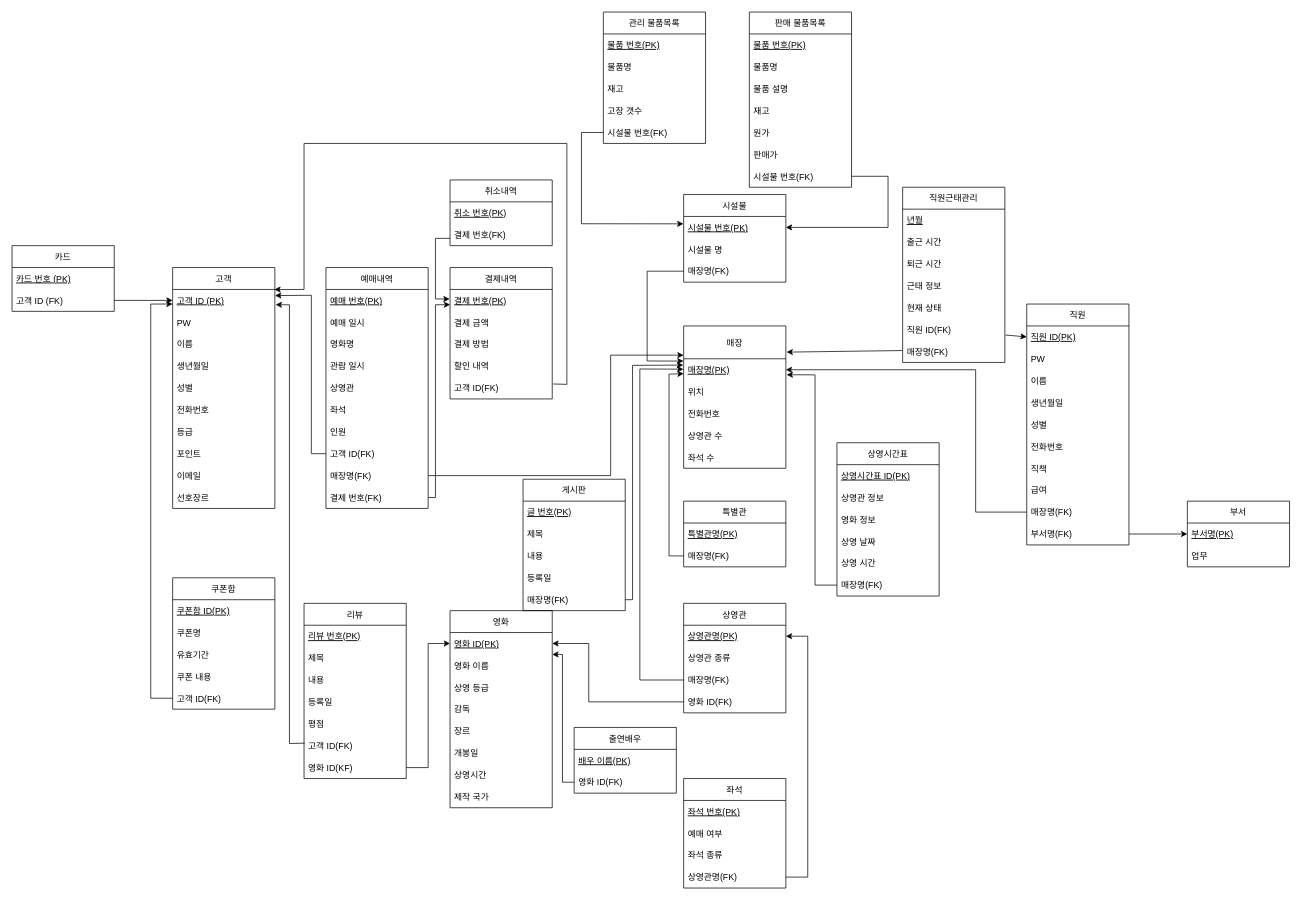
Above: page "SKIMA" (2 of 2) of 영화관 merged.drawio in chacha0707/db (draw.io), before the change. Source tidied: cells renumbered, new cells numbered last; positions are measured from the earlier drawing's top-left corner, leaving out a move shared by most shapes. Both pictures are drawn from the tidied source at 73%, with x=0, y=0 at pixel (12, 12).
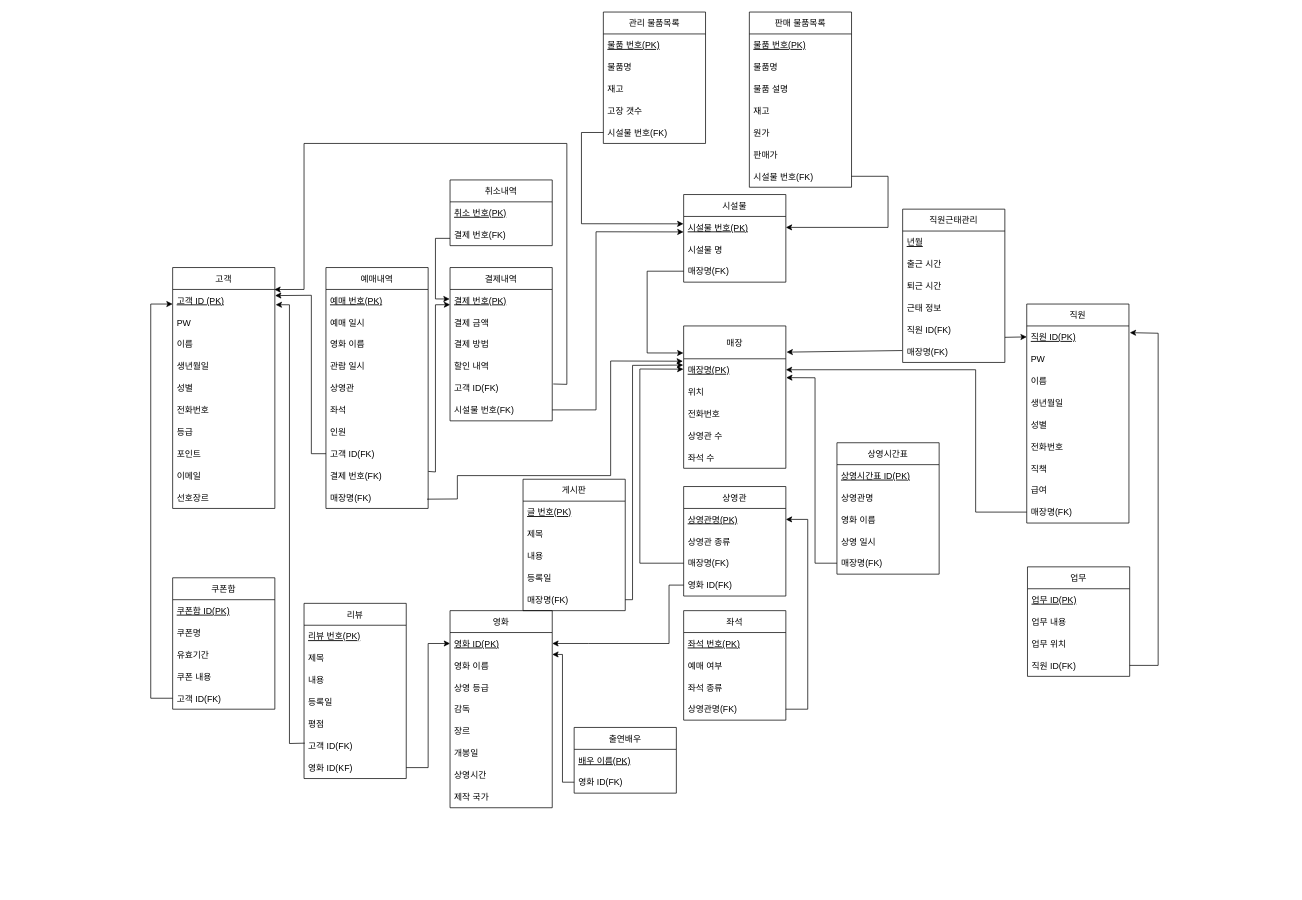
After the change.

The change refers to these unchanged cells:
```xml
<mxCell id="6" value="영화 ID(PK)" style="text;strokeColor=none;fillColor=none;align=left;verticalAlign=middle;spacingLeft=4;spacingRight=4;overflow=hidden;points=[[0,0.5],[1,0.5]];portConstraint=eastwest;fontStyle=4;" parent="5" vertex="1">
  <mxGeometry y="30" width="140" height="30" as="geometry" />
</mxCell>
<mxCell id="22" value="상영관명(PK)" style="text;strokeColor=none;fillColor=none;align=left;verticalAlign=middle;spacingLeft=4;spacingRight=4;overflow=hidden;points=[[0,0.5],[1,0.5]];portConstraint=eastwest;fontStyle=4;" parent="21" vertex="1">
  <mxGeometry y="30" width="140" height="30" as="geometry" />
</mxCell>
<mxCell id="24" value="매장명(FK)" style="text;strokeColor=none;fillColor=none;align=left;verticalAlign=middle;spacingLeft=4;spacingRight=4;overflow=hidden;points=[[0,0.5],[1,0.5]];portConstraint=eastwest;" parent="21" vertex="1">
  <mxGeometry y="90" width="140" height="30" as="geometry" />
</mxCell>
<mxCell id="25" value="영화 ID(FK)" style="text;strokeColor=none;fillColor=none;align=left;verticalAlign=middle;spacingLeft=4;spacingRight=4;overflow=hidden;points=[[0,0.5],[1,0.5]];portConstraint=eastwest;" parent="21" vertex="1">
  <mxGeometry y="120" width="140" height="30" as="geometry" />
</mxCell>
<mxCell id="26" value="매장" style="swimlane;fontStyle=0;horizontal=1;startSize=45;" parent="1" vertex="1">
  <mxGeometry x="920" y="430" width="140" height="195" as="geometry" />
</mxCell>
<mxCell id="27" value="매장명(PK)" style="text;strokeColor=none;fillColor=none;align=left;verticalAlign=middle;spacingLeft=4;spacingRight=4;overflow=hidden;points=[[0,0.5],[1,0.5]];portConstraint=eastwest;fontStyle=4;" parent="26" vertex="1">
  <mxGeometry y="45" width="140" height="30" as="geometry" />
</mxCell>
<mxCell id="33" value="직원 ID(PK)" style="text;strokeColor=none;fillColor=none;align=left;verticalAlign=middle;spacingLeft=4;spacingRight=4;overflow=hidden;points=[[0,0.5],[1,0.5]];portConstraint=eastwest;fontStyle=4;" parent="32" vertex="1">
  <mxGeometry y="30" width="140" height="30" as="geometry" />
</mxCell>
<mxCell id="56" value="상영관명(FK)" style="text;strokeColor=none;fillColor=none;align=left;verticalAlign=middle;spacingLeft=4;spacingRight=4;overflow=hidden;points=[[0,0.5],[1,0.5]];portConstraint=eastwest;" parent="52" vertex="1">
  <mxGeometry y="120" width="140" height="30" as="geometry" />
</mxCell>
<mxCell id="58" value="고객 ID (PK)" style="text;strokeColor=none;fillColor=none;align=left;verticalAlign=middle;spacingLeft=4;spacingRight=4;overflow=hidden;points=[[0,0.5],[1,0.5]];portConstraint=eastwest;fontStyle=4;" parent="57" vertex="1">
  <mxGeometry y="30" width="140" height="30" as="geometry" />
</mxCell>
<mxCell id="69" value="시설물 번호(PK)" style="text;strokeColor=none;fillColor=none;align=left;verticalAlign=middle;spacingLeft=4;spacingRight=4;overflow=hidden;points=[[0,0.5],[1,0.5]];portConstraint=eastwest;fontStyle=4;" parent="68" vertex="1">
  <mxGeometry y="30" width="140" height="30" as="geometry" />
</mxCell>
<mxCell id="71" value="매장명(FK)" style="text;strokeColor=none;fillColor=none;align=left;verticalAlign=middle;spacingLeft=4;spacingRight=4;overflow=hidden;points=[[0,0.5],[1,0.5]];portConstraint=eastwest;" parent="68" vertex="1">
  <mxGeometry y="90" width="140" height="30" as="geometry" />
</mxCell>
<mxCell id="86" value="예매내역" style="swimlane;fontStyle=0;horizontal=1;startSize=30;" parent="1" vertex="1">
  <mxGeometry x="430" y="350" width="140" height="330" as="geometry" />
</mxCell>
<mxCell id="98" value="결제 번호(PK)" style="text;strokeColor=none;fillColor=none;align=left;verticalAlign=middle;spacingLeft=4;spacingRight=4;overflow=hidden;points=[[0,0.5],[1,0.5]];portConstraint=eastwest;fontStyle=4;" parent="97" vertex="1">
  <mxGeometry y="30" width="140" height="30" as="geometry" />
</mxCell>
```

Diff of the diagram source:
```diff
@@
-    <mxCell id="2" value="카드" style="swimlane;fontStyle=0;horizontal=1;startSize=30;" parent="1" vertex="1">
-      <mxGeometry y="320" width="140" height="90" as="geometry" />
-    </mxCell>
-    <mxCell id="3" value="카드 번호 (PK)" style="text;strokeColor=none;fillColor=none;align=left;verticalAlign=middle;spacingLeft=4;spacingRight=4;overflow=hidden;fontStyle=4;" parent="2" vertex="1">
-      <mxGeometry y="30" width="140" height="30" as="geometry" />
-    </mxCell>
-    <mxCell id="4" value="고객 ID (FK)" style="text;strokeColor=none;fillColor=none;align=left;verticalAlign=middle;spacingLeft=4;spacingRight=4;overflow=hidden;points=[[0,0.5],[1,0.5]];portConstraint=eastwest;" parent="2" vertex="1">
-      <mxGeometry y="60" width="140" height="30" as="geometry" />
-    </mxCell>
@@
     <mxCell id="14" value="상영시간표" style="swimlane;fontStyle=0;horizontal=1;startSize=30;" parent="1" vertex="1">
-      <mxGeometry x="1130" y="590" width="140" height="210" as="geometry" />
+      <mxGeometry x="1130" y="590" width="140" height="180" as="geometry" />
     </mxCell>
@@
-    <mxCell id="16" value="상영관 정보" style="text;strokeColor=none;fillColor=none;align=left;verticalAlign=middle;spacingLeft=4;spacingRight=4;overflow=hidden;fontStyle=0;" parent="14" vertex="1">
+    <mxCell id="16" value="상영관명" style="text;strokeColor=none;fillColor=none;align=left;verticalAlign=middle;spacingLeft=4;spacingRight=4;overflow=hidden;fontStyle=0;" parent="14" vertex="1">
       <mxGeometry y="60" width="140" height="30" as="geometry" />
     </mxCell>
-    <mxCell id="17" value="영화 정보" style="text;strokeColor=none;fillColor=none;align=left;verticalAlign=middle;spacingLeft=4;spacingRight=4;overflow=hidden;fontStyle=0;" parent="14" vertex="1">
+    <mxCell id="17" value="영화 이름" style="text;strokeColor=none;fillColor=none;align=left;verticalAlign=middle;spacingLeft=4;spacingRight=4;overflow=hidden;fontStyle=0;" parent="14" vertex="1">
       <mxGeometry y="90" width="140" height="30" as="geometry" />
     </mxCell>
-    <mxCell id="18" value="상영 날짜" style="text;strokeColor=none;fillColor=none;align=left;verticalAlign=middle;spacingLeft=4;spacingRight=4;overflow=hidden;" parent="14" vertex="1">
-      <mxGeometry y="120" width="140" height="30" as="geometry" />
-    </mxCell>
-    <mxCell id="19" value="상영 시간" style="text;strokeColor=none;fillColor=none;align=left;verticalAlign=middle;spacingLeft=4;spacingRight=4;overflow=hidden;" parent="14" vertex="1">
-      <mxGeometry y="150" width="140" height="30" as="geometry" />
-    </mxCell>
+    <mxCell id="157" value="상영 일시" style="text;strokeColor=none;fillColor=none;align=left;verticalAlign=middle;spacingLeft=4;spacingRight=4;overflow=hidden;fontStyle=0;" parent="14" vertex="1">
+      <mxGeometry y="120" width="140" height="30" as="geometry" />
+    </mxCell>
     <mxCell id="20" value="매장명(FK)" style="text;strokeColor=none;fillColor=none;align=left;verticalAlign=middle;spacingLeft=4;spacingRight=4;overflow=hidden;points=[[0,0.5],[1,0.5]];portConstraint=eastwest;" parent="14" vertex="1">
-      <mxGeometry y="180" width="140" height="30" as="geometry" />
+      <mxGeometry y="150" width="140" height="30" as="geometry" />
     </mxCell>
     <mxCell id="21" value="상영관" style="swimlane;fontStyle=0;horizontal=1;startSize=30;" parent="1" vertex="1">
-      <mxGeometry x="920" y="810" width="140" height="150" as="geometry" />
+      <mxGeometry x="920" y="650" width="140" height="150" as="geometry" />
     </mxCell>
@@
     <mxCell id="32" value="직원" style="swimlane;fontStyle=0;horizontal=1;startSize=30;" parent="1" vertex="1">
-      <mxGeometry x="1390" y="400" width="140" height="330" as="geometry" />
+      <mxGeometry x="1390" y="400" width="140" height="300" as="geometry" />
     </mxCell>
@@
-    <mxCell id="42" value="부서명(FK)" style="text;strokeColor=none;fillColor=none;align=left;verticalAlign=middle;spacingLeft=4;spacingRight=4;overflow=hidden;points=[[0,0.5],[1,0.5]];portConstraint=eastwest;" parent="32" vertex="1">
-      <mxGeometry y="300" width="140" height="30" as="geometry" />
-    </mxCell>
-    <mxCell id="43" value="부서" style="swimlane;fontStyle=0;horizontal=1;startSize=30;" parent="1" vertex="1">
-      <mxGeometry x="1610" y="670" width="140" height="90" as="geometry" />
-    </mxCell>
-    <mxCell id="44" value="부서명(PK)" style="text;strokeColor=none;fillColor=none;align=left;verticalAlign=middle;spacingLeft=4;spacingRight=4;overflow=hidden;points=[[0,0.5],[1,0.5]];portConstraint=eastwest;fontStyle=4;" parent="43" vertex="1">
-      <mxGeometry y="30" width="140" height="30" as="geometry" />
-    </mxCell>
-    <mxCell id="45" value="업무" style="text;strokeColor=none;fillColor=none;align=left;verticalAlign=middle;spacingLeft=4;spacingRight=4;overflow=hidden;" parent="43" vertex="1">
-      <mxGeometry y="60" width="140" height="30" as="geometry" />
-    </mxCell>
@@
     <mxCell id="52" value="좌석" style="swimlane;fontStyle=0;horizontal=1;startSize=30;" parent="1" vertex="1">
-      <mxGeometry x="920" y="1050" width="140" height="150" as="geometry" />
+      <mxGeometry x="920" y="820" width="140" height="150" as="geometry" />
     </mxCell>
@@
-    <mxCell id="89" value="영화명" style="text;strokeColor=none;fillColor=none;align=left;verticalAlign=middle;spacingLeft=4;spacingRight=4;overflow=hidden;" parent="86" vertex="1">
+    <mxCell id="89" value="영화 이름" style="text;strokeColor=none;fillColor=none;align=left;verticalAlign=middle;spacingLeft=4;spacingRight=4;overflow=hidden;" parent="86" vertex="1">
       <mxGeometry y="90" width="140" height="30" as="geometry" />
     </mxCell>
@@
-    <mxCell id="95" value="매장명(FK)" style="text;strokeColor=none;fillColor=none;align=left;verticalAlign=middle;spacingLeft=4;spacingRight=4;overflow=hidden;points=[[0,0.5],[1,0.5]];portConstraint=eastwest;" parent="86" vertex="1">
+    <mxCell id="95" value="결제 번호(FK)" style="text;strokeColor=none;fillColor=none;align=left;verticalAlign=middle;spacingLeft=4;spacingRight=4;overflow=hidden;points=[[0,0.5],[1,0.5]];portConstraint=eastwest;" parent="86" vertex="1">
       <mxGeometry y="270" width="140" height="30" as="geometry" />
     </mxCell>
-    <mxCell id="96" value="결제 번호(FK)" style="text;strokeColor=none;fillColor=none;align=left;verticalAlign=middle;spacingLeft=4;spacingRight=4;overflow=hidden;points=[[0,0.5],[1,0.5]];portConstraint=eastwest;" parent="86" vertex="1">
+    <mxCell id="96" value="매장명(FK)" style="text;strokeColor=none;fillColor=none;align=left;verticalAlign=middle;spacingLeft=4;spacingRight=4;overflow=hidden;points=[[0,0.5],[1,0.5]];portConstraint=eastwest;" parent="86" vertex="1">
       <mxGeometry y="300" width="140" height="30" as="geometry" />
     </mxCell>
     <mxCell id="97" value="결제내역" style="swimlane;fontStyle=0;horizontal=1;startSize=30;" parent="1" vertex="1">
-      <mxGeometry x="600" y="350" width="140" height="180" as="geometry" />
+      <mxGeometry x="600" y="350" width="140" height="210" as="geometry" />
     </mxCell>
@@
+    <mxCell id="158" value="시설물 번호(FK)" style="text;strokeColor=none;fillColor=none;align=left;verticalAlign=middle;spacingLeft=4;spacingRight=4;overflow=hidden;points=[[0,0.5],[1,0.5]];portConstraint=eastwest;" parent="97" vertex="1">
+      <mxGeometry y="180" width="140" height="30" as="geometry" />
+    </mxCell>
@@
     <mxCell id="117" value="직원근태관리" style="swimlane;fontStyle=0;horizontal=1;startSize=30;" parent="1" vertex="1">
-      <mxGeometry x="1220" y="240" width="140" height="240" as="geometry" />
+      <mxGeometry x="1220" y="270" width="140" height="210" as="geometry" />
     </mxCell>
@@
-    <mxCell id="122" value="현재 상태" style="text;strokeColor=none;fillColor=none;align=left;verticalAlign=middle;spacingLeft=4;spacingRight=4;overflow=hidden;" parent="117" vertex="1">
-      <mxGeometry y="150" width="140" height="30" as="geometry" />
-    </mxCell>
     <mxCell id="123" value="직원 ID(FK)" style="text;strokeColor=none;fillColor=none;align=left;verticalAlign=middle;spacingLeft=4;spacingRight=4;overflow=hidden;points=[[0,0.5],[1,0.5]];portConstraint=eastwest;" parent="117" vertex="1">
-      <mxGeometry y="180" width="140" height="30" as="geometry" />
+      <mxGeometry y="150" width="140" height="30" as="geometry" />
     </mxCell>
     <mxCell id="124" value="매장명(FK)" style="text;strokeColor=none;fillColor=none;align=left;verticalAlign=middle;spacingLeft=4;spacingRight=4;overflow=hidden;points=[[0,0.5],[1,0.5]];portConstraint=eastwest;" parent="117" vertex="1">
-      <mxGeometry y="210" width="140" height="30" as="geometry" />
+      <mxGeometry y="180" width="140" height="30" as="geometry" />
     </mxCell>
-    <mxCell id="125" style="endArrow=classic;html=1;rounded=0;strokeColor=#000000;exitX=0;exitY=0.5;exitDx=0;exitDy=0;entryX=-0.001;entryY=0.105;entryDx=0;entryDy=0;entryPerimeter=0;" parent="1" edge="1" source="71" target="27">
+    <mxCell id="125" style="endArrow=classic;html=1;rounded=0;strokeColor=#000000;exitX=0;exitY=0.5;exitDx=0;exitDy=0;entryX=-0.002;entryY=0.19;entryDx=0;entryDy=0;entryPerimeter=0;" parent="1" edge="1" source="71" target="26">
       <mxGeometry relative="1" as="geometry">
         <Array as="points">
           <mxPoint x="870" y="355" />
-          <mxPoint x="870" y="478" />
+          <mxPoint x="870" y="467" />
         </Array>
       </mxGeometry>
     </mxCell>
@@
-    <mxCell id="129" style="endArrow=classic;html=1;rounded=0;strokeColor=#000000;exitX=1;exitY=0.5;exitDx=0;exitDy=0;entryX=0;entryY=0.5;entryDx=0;entryDy=0;" parent="1" edge="1" source="42" target="44">
-      <mxGeometry relative="1" as="geometry" />
-    </mxCell>
     <mxCell id="130" style="endArrow=classic;html=1;rounded=0;strokeColor=#000000;exitX=0;exitY=0.5;exitDx=0;exitDy=0;entryX=-0.002;entryY=0.474;entryDx=0;entryDy=0;entryPerimeter=0;" parent="1" edge="1" source="24" target="27">
       <mxGeometry relative="1" as="geometry">
         <Array as="points">
-          <mxPoint x="860" y="915" />
+          <mxPoint x="860" y="755" />
           <mxPoint x="860" y="489" />
         </Array>
       </mxGeometry>
     </mxCell>
     <mxCell id="131" style="endArrow=classic;html=1;rounded=0;strokeColor=#000000;exitX=1;exitY=0.5;exitDx=0;exitDy=0;entryX=1;entryY=0.5;entryDx=0;entryDy=0;" parent="1" edge="1" source="56" target="22">
       <mxGeometry relative="1" as="geometry">
         <Array as="points">
-          <mxPoint x="1090" y="1185" />
-          <mxPoint x="1090" y="855" />
+          <mxPoint x="1090" y="955" />
+          <mxPoint x="1090" y="695" />
         </Array>
       </mxGeometry>
     </mxCell>
     <mxCell id="132" style="endArrow=classic;html=1;rounded=0;strokeColor=#000000;exitX=0;exitY=0.5;exitDx=0;exitDy=0;entryX=1;entryY=0.5;entryDx=0;entryDy=0;" parent="1" edge="1" source="25" target="6">
       <mxGeometry relative="1" as="geometry">
         <Array as="points">
-          <mxPoint x="790" y="945" />
+          <mxPoint x="900" y="785" />
+          <mxPoint x="900" y="865" />
           <mxPoint x="790" y="865" />
         </Array>
       </mxGeometry>
     </mxCell>
@@
-    <mxCell id="136" style="endArrow=classic;html=1;rounded=0;strokeColor=#000000;exitX=0;exitY=0.5;exitDx=0;exitDy=0;entryX=1.008;entryY=0.729;entryDx=0;entryDy=0;entryPerimeter=0;" parent="1" edge="1" source="20" target="27">
+    <mxCell id="136" style="endArrow=classic;html=1;rounded=0;strokeColor=#000000;exitX=0;exitY=0.5;exitDx=0;exitDy=0;entryX=1.003;entryY=0.86;entryDx=0;entryDy=0;entryPerimeter=0;" parent="1" edge="1" source="20" target="27">
       <mxGeometry relative="1" as="geometry">
         <Array as="points">
-          <mxPoint x="1100" y="785" />
-          <mxPoint x="1100" y="497" />
+          <mxPoint x="1100" y="755" />
+          <mxPoint x="1100" y="501" />
         </Array>
       </mxGeometry>
     </mxCell>
-    <mxCell id="137" style="endArrow=classic;html=1;rounded=0;strokeColor=#000000;exitX=1.006;exitY=0.748;exitDx=0;exitDy=0;exitPerimeter=0;entryX=0;entryY=0.5;entryDx=0;entryDy=0;" parent="1" edge="1" source="123" target="33">
+    <mxCell id="137" style="endArrow=classic;html=1;rounded=0;strokeColor=#000000;exitX=1.001;exitY=0.853;exitDx=0;exitDy=0;exitPerimeter=0;entryX=0;entryY=0.5;entryDx=0;entryDy=0;" parent="1" edge="1" source="123" target="33">
       <mxGeometry relative="1" as="geometry" />
     </mxCell>
@@
-    <mxCell id="140" style="endArrow=classic;html=1;rounded=0;strokeColor=#000000;exitX=1;exitY=0.5;exitDx=0;exitDy=0;entryX=0;entryY=0.5;entryDx=0;entryDy=0;" parent="1" edge="1" source="4" target="58">
-      <mxGeometry relative="1" as="geometry" />
-    </mxCell>
@@
-    <mxCell id="142" value="특별관" style="swimlane;fontStyle=0;horizontal=1;startSize=30;strokeColor=#000000;" parent="1" vertex="1">
-      <mxGeometry x="920" y="670" width="140" height="90" as="geometry" />
-    </mxCell>
-    <mxCell id="143" value="특별관명(PK)" style="text;strokeColor=none;fillColor=none;align=left;verticalAlign=middle;spacingLeft=4;spacingRight=4;overflow=hidden;fontStyle=4;" parent="142" vertex="1">
-      <mxGeometry y="30" width="140" height="30" as="geometry" />
-    </mxCell>
-    <mxCell id="144" value="매장명(FK)" style="text;strokeColor=none;fillColor=none;align=left;verticalAlign=middle;spacingLeft=4;spacingRight=4;overflow=hidden;points=[[0,0.5],[1,0.5]];portConstraint=eastwest;" parent="142" vertex="1">
-      <mxGeometry y="60" width="140" height="30" as="geometry" />
-    </mxCell>
-    <mxCell id="145" style="endArrow=classic;html=1;rounded=0;strokeColor=#000000;exitX=0;exitY=0.5;exitDx=0;exitDy=0;entryX=0.001;entryY=0.682;entryDx=0;entryDy=0;entryPerimeter=0;" parent="1" edge="1" source="144" target="27">
-      <mxGeometry relative="1" as="geometry">
-        <Array as="points">
-          <mxPoint x="900" y="745" />
-          <mxPoint x="900" y="496" />
-        </Array>
-      </mxGeometry>
-    </mxCell>
@@
-    <mxCell id="153" style="endArrow=classic;html=1;rounded=0;strokeColor=#000000;exitX=1;exitY=0.5;exitDx=0;exitDy=0;entryX=0;entryY=0.205;entryDx=0;entryDy=0;entryPerimeter=0;" parent="1" edge="1" source="95" target="26">
+    <mxCell id="153" style="endArrow=classic;html=1;rounded=0;strokeColor=#000000;exitX=0.99;exitY=0.576;exitDx=0;exitDy=0;entryX=-0.007;entryY=0.111;entryDx=0;entryDy=0;entryPerimeter=0;exitPerimeter=0;" parent="1" edge="1" source="96" target="27">
       <mxGeometry relative="1" as="geometry">
         <Array as="points">
+          <mxPoint x="610" y="667" />
+          <mxPoint x="610" y="635" />
           <mxPoint x="820" y="635" />
-          <mxPoint x="820" y="470" />
+          <mxPoint x="820" y="478" />
         </Array>
       </mxGeometry>
     </mxCell>
@@
-    <mxCell id="155" style="endArrow=classic;html=1;rounded=0;strokeColor=#000000;exitX=1;exitY=0.5;exitDx=0;exitDy=0;entryX=0.001;entryY=0.695;entryDx=0;entryDy=0;entryPerimeter=0;" parent="1" edge="1" source="96" target="98">
+    <mxCell id="155" style="endArrow=classic;html=1;rounded=0;strokeColor=#000000;exitX=1.002;exitY=0.31;exitDx=0;exitDy=0;entryX=0.001;entryY=0.695;entryDx=0;entryDy=0;entryPerimeter=0;exitPerimeter=0;" parent="1" edge="1" source="95" target="98">
       <mxGeometry relative="1" as="geometry">
         <Array as="points">
-          <mxPoint x="580" y="665" />
+          <mxPoint x="580" y="630" />
           <mxPoint x="580" y="401" />
         </Array>
       </mxGeometry>
     </mxCell>
@@
+    <mxCell id="45" value="업무" style="swimlane;fontStyle=0;horizontal=1;startSize=30;strokeColor=#000000;" parent="1" vertex="1">
+      <mxGeometry x="1391" y="760" width="140" height="150" as="geometry" />
+    </mxCell>
+    <mxCell id="159" value="업무 ID(PK)" style="text;strokeColor=none;fillColor=none;align=left;verticalAlign=middle;spacingLeft=4;spacingRight=4;overflow=hidden;fontStyle=4;" parent="45" vertex="1">
+      <mxGeometry y="30" width="140" height="30" as="geometry" />
+    </mxCell>
+    <mxCell id="160" value="업무 내용" style="text;strokeColor=none;fillColor=none;align=left;verticalAlign=middle;spacingLeft=4;spacingRight=4;overflow=hidden;" parent="45" vertex="1">
+      <mxGeometry y="60" width="140" height="30" as="geometry" />
+    </mxCell>
+    <mxCell id="161" value="업무 위치" style="text;strokeColor=none;fillColor=none;align=left;verticalAlign=middle;spacingLeft=4;spacingRight=4;overflow=hidden;" parent="45" vertex="1">
+      <mxGeometry y="90" width="140" height="30" as="geometry" />
+    </mxCell>
+    <mxCell id="162" value="직원 ID(FK)" style="text;strokeColor=none;fillColor=none;align=left;verticalAlign=middle;spacingLeft=4;spacingRight=4;overflow=hidden;points=[[0,0.5],[1,0.5]];portConstraint=eastwest;" parent="45" vertex="1">
+      <mxGeometry y="120" width="140" height="30" as="geometry" />
+    </mxCell>
+    <mxCell id="163" style="endArrow=classic;html=1;rounded=0;strokeColor=#000000;exitX=1;exitY=0.5;exitDx=0;exitDy=0;entryX=1.008;entryY=0.306;entryDx=0;entryDy=0;entryPerimeter=0;" parent="1" edge="1" source="162" target="33">
+      <mxGeometry relative="1" as="geometry">
+        <Array as="points">
+          <mxPoint x="1570" y="895" />
+          <mxPoint x="1570" y="440" />
+        </Array>
+      </mxGeometry>
+    </mxCell>
+    <mxCell id="164" style="endArrow=classic;html=1;rounded=0;strokeColor=#000000;exitX=1;exitY=0.5;exitDx=0;exitDy=0;entryX=-0.001;entryY=0.707;entryDx=0;entryDy=0;entryPerimeter=0;" parent="1" edge="1" source="158" target="69">
+      <mxGeometry relative="1" as="geometry">
+        <Array as="points">
+          <mxPoint x="800" y="545" />
+          <mxPoint x="800" y="301" />
+        </Array>
+      </mxGeometry>
+    </mxCell>
```
